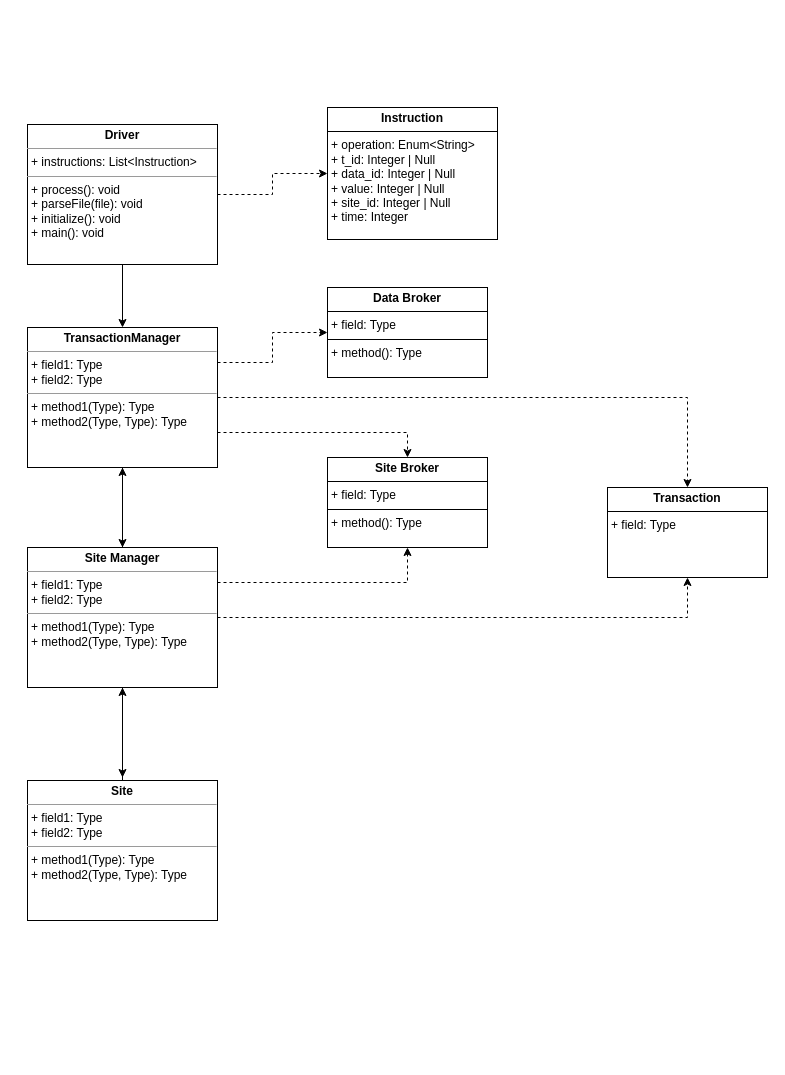
Earlier version of the draw.io diagram design_diagram.drawio (akash13s/replicated-concurrent-db). Source tidied: cells renumbered, new cells numbered last; positions are measured from the earlier drawing's top-left corner, leaving out a move shared by most shapes. Both pictures are drawn from the tidied source at 100%, with x=0, y=0 at pixel (27, 107).
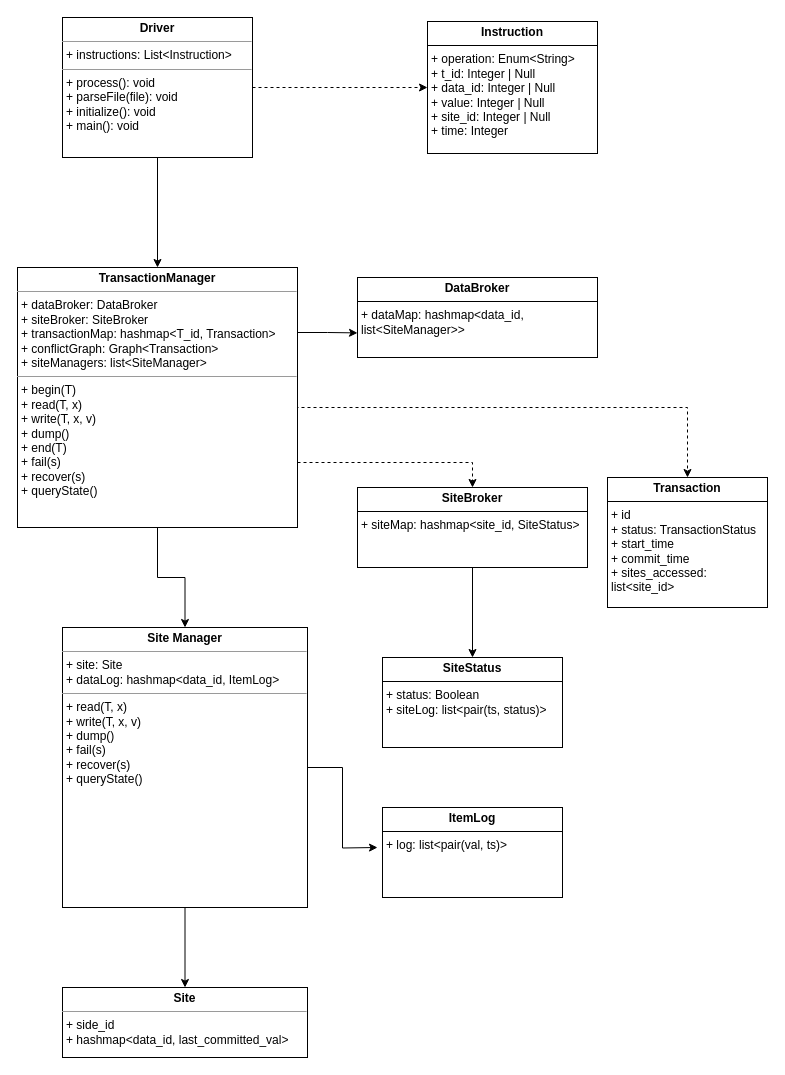
The same diagram, later.

Diff of the diagram source:
```diff
@@
-    <mxCell id="2" style="edgeStyle=orthogonalEdgeStyle;rounded=0;jettySize=auto;html=1;exitX=0.5;exitY=0;exitDx=0;exitDy=0;entryX=0.5;entryY=1;entryDx=0;entryDy=0;" parent="1" edge="1" source="3" target="16">
-      <mxGeometry relative="1" as="geometry" />
-    </mxCell>
-    <mxCell id="3" value="&lt;p style=&quot;margin:0px;margin-top:4px;text-align:center;&quot;&gt;&lt;b&gt;Site&lt;/b&gt;&lt;/p&gt;&lt;hr size=&quot;1&quot;&gt;&lt;p style=&quot;margin:0px;margin-left:4px;&quot;&gt;+ field1: Type&lt;br&gt;+ field2: Type&lt;/p&gt;&lt;hr size=&quot;1&quot;&gt;&lt;p style=&quot;margin:0px;margin-left:4px;&quot;&gt;+ method1(Type): Type&lt;br&gt;+ method2(Type, Type): Type&lt;/p&gt;" style="verticalAlign=top;align=left;overflow=fill;fontSize=12;fontFamily=Helvetica;html=1;rounded=0;shadow=0;comic=0;labelBackgroundColor=none;strokeWidth=1;" parent="1" vertex="1">
-      <mxGeometry y="673" width="190" height="140" as="geometry" />
+    <mxCell id="3" value="&lt;p style=&quot;margin:0px;margin-top:4px;text-align:center;&quot;&gt;&lt;b&gt;Site&lt;/b&gt;&lt;/p&gt;&lt;hr size=&quot;1&quot;&gt;&lt;p style=&quot;margin:0px;margin-left:4px;&quot;&gt;+ side_id&lt;/p&gt;&lt;p style=&quot;margin:0px;margin-left:4px;&quot;&gt;+&amp;nbsp;&lt;span style=&quot;background-color: initial;&quot;&gt;hashmap&amp;lt;data_id, last_committed_val&amp;gt;&lt;/span&gt;&lt;/p&gt;&lt;p style=&quot;margin:0px;margin-left:4px;&quot;&gt;&lt;br&gt;&lt;/p&gt;" style="verticalAlign=top;align=left;overflow=fill;fontSize=12;fontFamily=Helvetica;html=1;rounded=0;shadow=0;comic=0;labelBackgroundColor=none;strokeWidth=1;" parent="1" vertex="1">
+      <mxGeometry x="35" y="880" width="245" height="70" as="geometry" />
     </mxCell>
@@
     <mxCell id="6" value="&lt;p style=&quot;margin:0px;margin-top:4px;text-align:center;&quot;&gt;&lt;b&gt;Driver&lt;/b&gt;&lt;/p&gt;&lt;hr size=&quot;1&quot;&gt;&lt;p style=&quot;margin:0px;margin-left:4px;&quot;&gt;+ instructions: List&amp;lt;Instruction&amp;gt;&lt;/p&gt;&lt;hr size=&quot;1&quot;&gt;&lt;p style=&quot;margin:0px;margin-left:4px;&quot;&gt;+ process(): void&lt;br&gt;+ parseFile(file): void&lt;/p&gt;&lt;p style=&quot;margin:0px;margin-left:4px;&quot;&gt;+ initialize(): void&lt;/p&gt;&lt;p style=&quot;margin:0px;margin-left:4px;&quot;&gt;+ main(): void&lt;/p&gt;&lt;p style=&quot;margin:0px;margin-left:4px;&quot;&gt;&lt;br&gt;&lt;/p&gt;" style="verticalAlign=top;align=left;overflow=fill;fontSize=12;fontFamily=Helvetica;html=1;rounded=0;shadow=0;comic=0;labelBackgroundColor=none;strokeWidth=1;" parent="1" vertex="1">
-      <mxGeometry y="17" width="190" height="140" as="geometry" />
+      <mxGeometry x="35" y="-90" width="190" height="140" as="geometry" />
     </mxCell>
+    <mxCell id="8" style="edgeStyle=orthogonalEdgeStyle;rounded=0;jettySize=auto;html=1;exitX=1;exitY=0.5;exitDx=0;exitDy=0;entryX=0.5;entryY=0;entryDx=0;entryDy=0;dashed=1;" parent="1" edge="1" source="11" target="18">
+      <mxGeometry relative="1" as="geometry">
+        <Array as="points">
+          <mxPoint x="190" y="300" />
+          <mxPoint x="660" y="300" />
+        </Array>
+      </mxGeometry>
+    </mxCell>
+    <mxCell id="10" style="edgeStyle=orthogonalEdgeStyle;rounded=0;jettySize=auto;html=1;exitX=1;exitY=0.75;exitDx=0;exitDy=0;entryX=0.5;entryY=0;entryDx=0;entryDy=0;dashed=1;" parent="1" edge="1" source="11" target="20">
+      <mxGeometry relative="1" as="geometry" />
+    </mxCell>
-    <mxCell id="7" style="edgeStyle=orthogonalEdgeStyle;rounded=0;jettySize=auto;html=1;exitX=0.5;exitY=1;exitDx=0;exitDy=0;entryX=0.5;entryY=0;entryDx=0;entryDy=0;" parent="1" edge="1" source="11" target="16">
+    <mxCell id="7" style="edgeStyle=orthogonalEdgeStyle;rounded=0;jettySize=auto;html=1;entryX=0.5;entryY=0;entryDx=0;entryDy=0;" parent="1" edge="1" source="11" target="16">
       <mxGeometry relative="1" as="geometry" />
     </mxCell>
-    <mxCell id="8" style="edgeStyle=orthogonalEdgeStyle;rounded=0;jettySize=auto;html=1;exitX=1;exitY=0.5;exitDx=0;exitDy=0;entryX=0.5;entryY=0;entryDx=0;entryDy=0;dashed=1;" parent="1" edge="1" source="11" target="18">
-      <mxGeometry relative="1" as="geometry" />
-    </mxCell>
-    <mxCell id="9" style="edgeStyle=orthogonalEdgeStyle;rounded=0;jettySize=auto;html=1;exitX=1;exitY=0.25;exitDx=0;exitDy=0;entryX=0;entryY=0.5;entryDx=0;entryDy=0;dashed=1;" parent="1" edge="1" source="11" target="19">
-      <mxGeometry relative="1" as="geometry" />
-    </mxCell>
-    <mxCell id="10" style="edgeStyle=orthogonalEdgeStyle;rounded=0;jettySize=auto;html=1;exitX=1;exitY=0.75;exitDx=0;exitDy=0;entryX=0.5;entryY=0;entryDx=0;entryDy=0;dashed=1;" parent="1" edge="1" source="11" target="20">
-      <mxGeometry relative="1" as="geometry" />
-    </mxCell>
+    <mxCell id="21" style="edgeStyle=orthogonalEdgeStyle;rounded=0;jettySize=auto;html=1;exitX=1;exitY=0.25;exitDx=0;exitDy=0;" parent="1" edge="1" source="11">
+      <mxGeometry relative="1" as="geometry">
+        <mxPoint x="330" y="225.4" as="targetPoint" />
+      </mxGeometry>
+    </mxCell>
-    <mxCell id="11" value="&lt;p style=&quot;margin:0px;margin-top:4px;text-align:center;&quot;&gt;&lt;b&gt;TransactionManager&lt;/b&gt;&lt;/p&gt;&lt;hr size=&quot;1&quot;&gt;&lt;p style=&quot;margin:0px;margin-left:4px;&quot;&gt;+ field1: Type&lt;br&gt;+ field2: Type&lt;/p&gt;&lt;hr size=&quot;1&quot;&gt;&lt;p style=&quot;margin:0px;margin-left:4px;&quot;&gt;+ method1(Type): Type&lt;br&gt;+ method2(Type, Type): Type&lt;/p&gt;" style="verticalAlign=top;align=left;overflow=fill;fontSize=12;fontFamily=Helvetica;html=1;rounded=0;shadow=0;comic=0;labelBackgroundColor=none;strokeWidth=1;" parent="1" vertex="1">
-      <mxGeometry y="220" width="190" height="140" as="geometry" />
+    <mxCell id="11" value="&lt;p style=&quot;margin:0px;margin-top:4px;text-align:center;&quot;&gt;&lt;b&gt;TransactionManager&lt;/b&gt;&lt;/p&gt;&lt;hr size=&quot;1&quot;&gt;&lt;p style=&quot;margin:0px;margin-left:4px;&quot;&gt;+ dataBroker: DataBroker&lt;br&gt;+ siteBroker: SiteBroker&lt;/p&gt;&lt;p style=&quot;margin:0px;margin-left:4px;&quot;&gt;+ transactionMap&lt;span style=&quot;background-color: initial;&quot;&gt;: hashmap&lt;/span&gt;&lt;span style=&quot;background-color: initial;&quot;&gt;&amp;lt;T_id, Transaction&amp;gt;&lt;/span&gt;&lt;/p&gt;&lt;p style=&quot;margin:0px;margin-left:4px;&quot;&gt;&lt;span style=&quot;background-color: initial;&quot;&gt;+ conflictGraph: Graph&amp;lt;Transaction&amp;gt;&lt;/span&gt;&lt;/p&gt;&lt;p style=&quot;margin:0px;margin-left:4px;&quot;&gt;&lt;span style=&quot;background-color: initial;&quot;&gt;+ siteManagers: list&amp;lt;SiteManager&amp;gt;&lt;/span&gt;&lt;/p&gt;&lt;hr size=&quot;1&quot;&gt;&lt;p style=&quot;margin:0px;margin-left:4px;&quot;&gt;+ begin(T)&lt;br&gt;+ read(T, x)&lt;/p&gt;&lt;p style=&quot;margin:0px;margin-left:4px;&quot;&gt;+ write(T, x, v)&lt;/p&gt;&lt;p style=&quot;margin:0px;margin-left:4px;&quot;&gt;+ dump()&lt;/p&gt;&lt;p style=&quot;margin:0px;margin-left:4px;&quot;&gt;+ end(T)&lt;/p&gt;&lt;p style=&quot;margin:0px;margin-left:4px;&quot;&gt;+ fail(s)&lt;/p&gt;&lt;p style=&quot;margin:0px;margin-left:4px;&quot;&gt;+ recover(s)&lt;/p&gt;&lt;p style=&quot;margin:0px;margin-left:4px;&quot;&gt;+ queryState()&lt;/p&gt;&lt;p style=&quot;margin:0px;margin-left:4px;&quot;&gt;&lt;br&gt;&lt;/p&gt;" style="verticalAlign=top;align=left;overflow=fill;fontSize=12;fontFamily=Helvetica;html=1;rounded=0;shadow=0;comic=0;labelBackgroundColor=none;strokeWidth=1;" parent="1" vertex="1">
+      <mxGeometry x="-10" y="160" width="280" height="260" as="geometry" />
     </mxCell>
-    <mxCell id="12" style="edgeStyle=orthogonalEdgeStyle;rounded=0;jettySize=auto;html=1;" parent="1" edge="1" source="16">
-      <mxGeometry relative="1" as="geometry">
-        <mxPoint x="95" y="670" as="targetPoint" />
-      </mxGeometry>
-    </mxCell>
-    <mxCell id="13" style="edgeStyle=orthogonalEdgeStyle;rounded=0;jettySize=auto;html=1;entryX=0.5;entryY=1;entryDx=0;entryDy=0;dashed=1;" parent="1" edge="1" source="16" target="18">
-      <mxGeometry relative="1" as="geometry" />
-    </mxCell>
-    <mxCell id="14" style="edgeStyle=orthogonalEdgeStyle;rounded=0;jettySize=auto;html=1;" parent="1" edge="1" source="16" target="11">
-      <mxGeometry relative="1" as="geometry" />
-    </mxCell>
-    <mxCell id="15" style="edgeStyle=orthogonalEdgeStyle;rounded=0;jettySize=auto;html=1;exitX=1;exitY=0.25;exitDx=0;exitDy=0;entryX=0.5;entryY=1;entryDx=0;entryDy=0;dashed=1;" parent="1" edge="1" source="16" target="20">
-      <mxGeometry relative="1" as="geometry" />
-    </mxCell>
+    <mxCell id="22" style="edgeStyle=orthogonalEdgeStyle;rounded=0;jettySize=auto;html=1;" parent="1" edge="1" source="16" target="3">
+      <mxGeometry relative="1" as="geometry" />
+    </mxCell>
+    <mxCell id="23" style="edgeStyle=orthogonalEdgeStyle;rounded=0;jettySize=auto;html=1;exitX=1;exitY=0.5;exitDx=0;exitDy=0;" parent="1" edge="1" source="16">
+      <mxGeometry relative="1" as="geometry">
+        <mxPoint x="350" y="740" as="targetPoint" />
+      </mxGeometry>
+    </mxCell>
-    <mxCell id="16" value="&lt;p style=&quot;margin:0px;margin-top:4px;text-align:center;&quot;&gt;&lt;b&gt;Site Manager&lt;/b&gt;&lt;/p&gt;&lt;hr size=&quot;1&quot;&gt;&lt;p style=&quot;margin:0px;margin-left:4px;&quot;&gt;+ field1: Type&lt;br&gt;+ field2: Type&lt;/p&gt;&lt;hr size=&quot;1&quot;&gt;&lt;p style=&quot;margin:0px;margin-left:4px;&quot;&gt;+ method1(Type): Type&lt;br&gt;+ method2(Type, Type): Type&lt;/p&gt;" style="verticalAlign=top;align=left;overflow=fill;fontSize=12;fontFamily=Helvetica;html=1;rounded=0;shadow=0;comic=0;labelBackgroundColor=none;strokeWidth=1;" parent="1" vertex="1">
-      <mxGeometry y="440" width="190" height="140" as="geometry" />
+    <mxCell id="16" value="&lt;p style=&quot;margin:0px;margin-top:4px;text-align:center;&quot;&gt;&lt;b&gt;Site Manager&lt;/b&gt;&lt;/p&gt;&lt;hr size=&quot;1&quot;&gt;&lt;p style=&quot;margin:0px;margin-left:4px;&quot;&gt;+ site: Site&lt;/p&gt;&lt;p style=&quot;margin:0px;margin-left:4px;&quot;&gt;+ dataLog: hashmap&amp;lt;data_id, ItemLog&amp;gt;&lt;/p&gt;&lt;hr size=&quot;1&quot;&gt;&lt;p style=&quot;margin: 0px 0px 0px 4px;&quot;&gt;+ read(T, x)&lt;/p&gt;&lt;p style=&quot;margin: 0px 0px 0px 4px;&quot;&gt;+ write(T, x, v)&lt;/p&gt;&lt;p style=&quot;margin: 0px 0px 0px 4px;&quot;&gt;+ dump()&lt;/p&gt;&lt;p style=&quot;margin: 0px 0px 0px 4px;&quot;&gt;&lt;span style=&quot;background-color: initial;&quot;&gt;+ fail(s)&lt;/span&gt;&lt;/p&gt;&lt;p style=&quot;margin: 0px 0px 0px 4px;&quot;&gt;+ recover(s)&lt;/p&gt;&lt;p style=&quot;margin: 0px 0px 0px 4px;&quot;&gt;+ queryState()&lt;/p&gt;&lt;p style=&quot;margin: 0px 0px 0px 4px;&quot;&gt;&lt;br&gt;&lt;/p&gt;" style="verticalAlign=top;align=left;overflow=fill;fontSize=12;fontFamily=Helvetica;html=1;rounded=0;shadow=0;comic=0;labelBackgroundColor=none;strokeWidth=1;" parent="1" vertex="1">
+      <mxGeometry x="35" y="520" width="245" height="280" as="geometry" />
     </mxCell>
     <mxCell id="17" value="&lt;p style=&quot;margin:0px;margin-top:4px;text-align:center;&quot;&gt;&lt;b&gt;Instruction&lt;/b&gt;&lt;/p&gt;&lt;hr size=&quot;1&quot; style=&quot;border-style:solid;&quot;&gt;&lt;p style=&quot;margin:0px;margin-left:4px;&quot;&gt;+ operation: Enum&amp;lt;String&amp;gt;&lt;/p&gt;&lt;p style=&quot;margin:0px;margin-left:4px;&quot;&gt;+ t_id: Integer | Null&lt;/p&gt;&lt;p style=&quot;margin:0px;margin-left:4px;&quot;&gt;+ data_id: Integer | Null&lt;/p&gt;&lt;p style=&quot;margin:0px;margin-left:4px;&quot;&gt;+ value: Integer | Null&lt;/p&gt;&lt;p style=&quot;margin:0px;margin-left:4px;&quot;&gt;+ site_id: Integer | Null&lt;/p&gt;&lt;p style=&quot;margin:0px;margin-left:4px;&quot;&gt;+ time: Integer&lt;/p&gt;&lt;p style=&quot;margin:0px;margin-left:4px;&quot;&gt;&lt;br&gt;&lt;/p&gt;" style="verticalAlign=top;align=left;overflow=fill;html=1;whiteSpace=wrap;" parent="1" vertex="1">
-      <mxGeometry x="300" width="170" height="132" as="geometry" />
+      <mxGeometry x="400" y="-86" width="170" height="132" as="geometry" />
     </mxCell>
-    <mxCell id="18" value="&lt;p style=&quot;margin:0px;margin-top:4px;text-align:center;&quot;&gt;&lt;b&gt;Transaction&lt;/b&gt;&lt;/p&gt;&lt;hr size=&quot;1&quot; style=&quot;border-style:solid;&quot;&gt;&lt;p style=&quot;margin:0px;margin-left:4px;&quot;&gt;+ field: Type&lt;/p&gt;&lt;p style=&quot;margin:0px;margin-left:4px;&quot;&gt;&lt;br&gt;&lt;/p&gt;" style="verticalAlign=top;align=left;overflow=fill;html=1;whiteSpace=wrap;" parent="1" vertex="1">
-      <mxGeometry x="580" y="380" width="160" height="90" as="geometry" />
+    <mxCell id="18" value="&lt;p style=&quot;margin:0px;margin-top:4px;text-align:center;&quot;&gt;&lt;b&gt;Transaction&lt;/b&gt;&lt;/p&gt;&lt;hr size=&quot;1&quot; style=&quot;border-style:solid;&quot;&gt;&lt;p style=&quot;margin:0px;margin-left:4px;&quot;&gt;+ id&lt;/p&gt;&lt;p style=&quot;margin:0px;margin-left:4px;&quot;&gt;+ status: TransactionStatus&lt;/p&gt;&lt;p style=&quot;margin:0px;margin-left:4px;&quot;&gt;+ start_time&lt;/p&gt;&lt;p style=&quot;margin:0px;margin-left:4px;&quot;&gt;+ commit_time&lt;/p&gt;&lt;p style=&quot;margin:0px;margin-left:4px;&quot;&gt;+ sites_accessed: list&amp;lt;site_id&amp;gt;&lt;/p&gt;" style="verticalAlign=top;align=left;overflow=fill;html=1;whiteSpace=wrap;" parent="1" vertex="1">
+      <mxGeometry x="580" y="370" width="160" height="130" as="geometry" />
     </mxCell>
-    <mxCell id="19" value="&lt;p style=&quot;margin:0px;margin-top:4px;text-align:center;&quot;&gt;&lt;b&gt;Data Broker&lt;/b&gt;&lt;/p&gt;&lt;hr size=&quot;1&quot; style=&quot;border-style:solid;&quot;&gt;&lt;p style=&quot;margin:0px;margin-left:4px;&quot;&gt;+ field: Type&lt;/p&gt;&lt;hr size=&quot;1&quot; style=&quot;border-style:solid;&quot;&gt;&lt;p style=&quot;margin:0px;margin-left:4px;&quot;&gt;+ method(): Type&lt;/p&gt;" style="verticalAlign=top;align=left;overflow=fill;html=1;whiteSpace=wrap;" parent="1" vertex="1">
-      <mxGeometry x="300" y="180" width="160" height="90" as="geometry" />
+    <mxCell id="19" value="&lt;p style=&quot;margin:0px;margin-top:4px;text-align:center;&quot;&gt;&lt;b&gt;DataBroker&lt;/b&gt;&lt;/p&gt;&lt;hr size=&quot;1&quot; style=&quot;border-style:solid;&quot;&gt;&lt;p style=&quot;margin:0px;margin-left:4px;&quot;&gt;+ dataMap: hashmap&amp;lt;data_id, list&amp;lt;SiteManager&amp;gt;&amp;gt;&lt;/p&gt;&lt;p style=&quot;margin:0px;margin-left:4px;&quot;&gt;&lt;br&gt;&lt;/p&gt;" style="verticalAlign=top;align=left;overflow=fill;html=1;whiteSpace=wrap;" parent="1" vertex="1">
+      <mxGeometry x="330" y="170" width="240" height="80" as="geometry" />
     </mxCell>
+    <mxCell id="24" style="edgeStyle=orthogonalEdgeStyle;rounded=0;jettySize=auto;html=1;exitX=0.5;exitY=1;exitDx=0;exitDy=0;entryX=0.5;entryY=0;entryDx=0;entryDy=0;" parent="1" edge="1" source="20" target="25">
+      <mxGeometry relative="1" as="geometry" />
+    </mxCell>
-    <mxCell id="20" value="&lt;p style=&quot;margin:0px;margin-top:4px;text-align:center;&quot;&gt;&lt;b&gt;Site Broker&lt;/b&gt;&lt;/p&gt;&lt;hr size=&quot;1&quot; style=&quot;border-style:solid;&quot;&gt;&lt;p style=&quot;margin:0px;margin-left:4px;&quot;&gt;+ field: Type&lt;/p&gt;&lt;hr size=&quot;1&quot; style=&quot;border-style:solid;&quot;&gt;&lt;p style=&quot;margin:0px;margin-left:4px;&quot;&gt;+ method(): Type&lt;/p&gt;" style="verticalAlign=top;align=left;overflow=fill;html=1;whiteSpace=wrap;" parent="1" vertex="1">
-      <mxGeometry x="300" y="350" width="160" height="90" as="geometry" />
+    <mxCell id="20" value="&lt;p style=&quot;margin:0px;margin-top:4px;text-align:center;&quot;&gt;&lt;b&gt;SiteBroker&lt;/b&gt;&lt;/p&gt;&lt;hr size=&quot;1&quot; style=&quot;border-style:solid;&quot;&gt;&lt;p style=&quot;margin:0px;margin-left:4px;&quot;&gt;+ siteMap: hashmap&amp;lt;site_id, SiteStatus&amp;gt;&lt;/p&gt;" style="verticalAlign=top;align=left;overflow=fill;html=1;whiteSpace=wrap;" parent="1" vertex="1">
+      <mxGeometry x="330" y="380" width="230" height="80" as="geometry" />
     </mxCell>
+    <mxCell id="25" value="&lt;p style=&quot;margin:0px;margin-top:4px;text-align:center;&quot;&gt;&lt;b&gt;SiteStatus&lt;/b&gt;&lt;/p&gt;&lt;hr size=&quot;1&quot; style=&quot;border-style:solid;&quot;&gt;&lt;p style=&quot;margin:0px;margin-left:4px;&quot;&gt;&lt;span style=&quot;background-color: initial;&quot;&gt;+ status: Boolean&lt;/span&gt;&lt;/p&gt;&lt;p style=&quot;margin:0px;margin-left:4px;&quot;&gt;&lt;span style=&quot;background-color: initial;&quot;&gt;+ siteLog: list&amp;lt;pair(ts, status)&amp;gt;&lt;/span&gt;&lt;/p&gt;" style="verticalAlign=top;align=left;overflow=fill;html=1;whiteSpace=wrap;" parent="1" vertex="1">
+      <mxGeometry x="355" y="550" width="180" height="90" as="geometry" />
+    </mxCell>
+    <mxCell id="26" value="&lt;p style=&quot;margin:0px;margin-top:4px;text-align:center;&quot;&gt;&lt;b&gt;ItemLog&lt;/b&gt;&lt;/p&gt;&lt;hr size=&quot;1&quot; style=&quot;border-style:solid;&quot;&gt;&lt;p style=&quot;margin:0px;margin-left:4px;&quot;&gt;&lt;span style=&quot;background-color: initial;&quot;&gt;+ log: list&amp;lt;pair(val, ts)&amp;gt;&lt;/span&gt;&lt;/p&gt;" style="verticalAlign=top;align=left;overflow=fill;html=1;whiteSpace=wrap;" parent="1" vertex="1">
+      <mxGeometry x="355" y="700" width="180" height="90" as="geometry" />
+    </mxCell>
```
